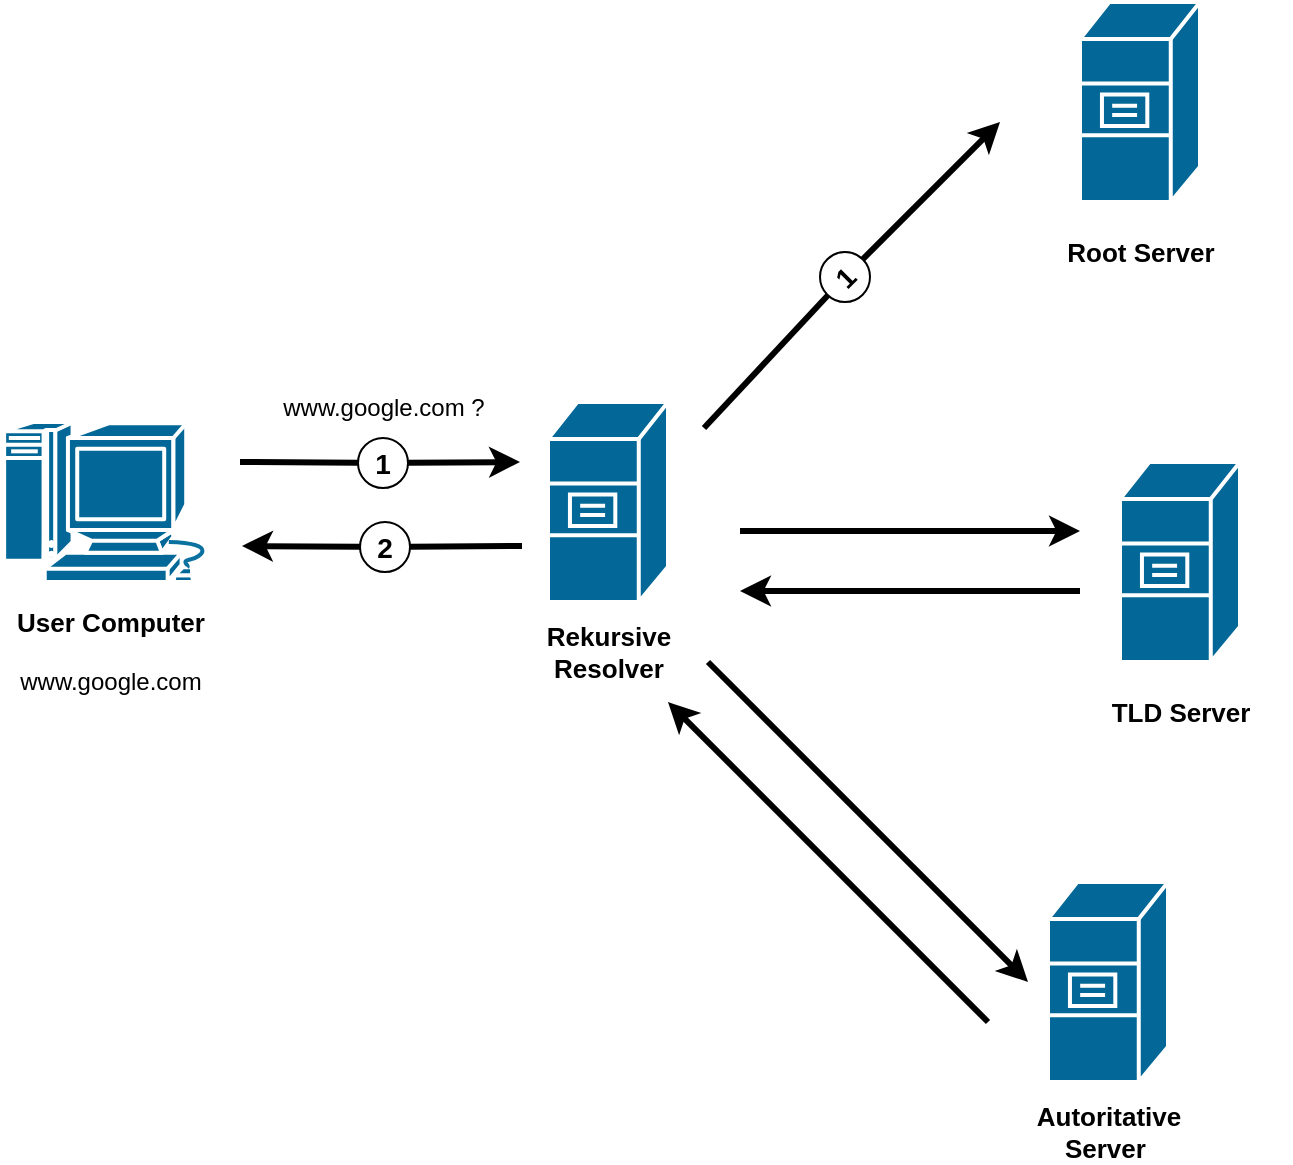
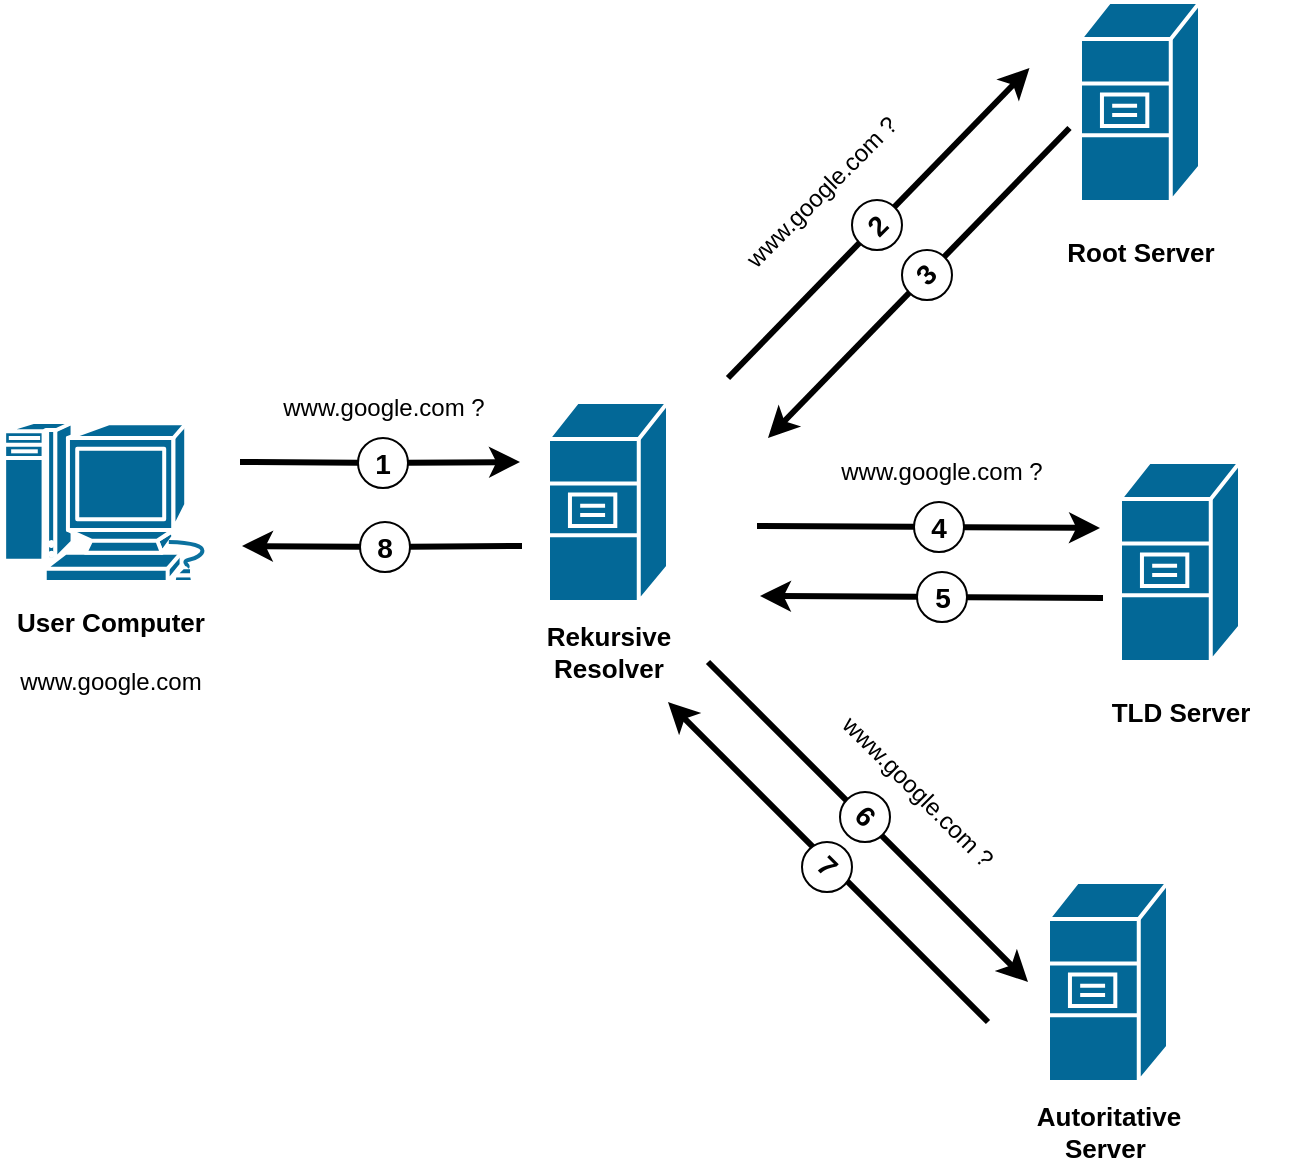
<mxfile host="app.diagrams.net">
  <diagram name="Seite-1" id="MIxLioLs22-T0WrDI3D8">
    <mxGraphModel dx="803" dy="514" grid="1" gridSize="10" guides="1" tooltips="1" connect="1" arrows="1" fold="1" page="1" pageScale="1" pageWidth="827" pageHeight="1169" math="0" shadow="0">
      <root>
        <mxCell id="0" />
        <mxCell id="1" parent="0" />
        <mxCell id="Kp2z6UUhsxGEWxrTFEi2-1" parent="1" style="sketch=0;html=1;pointerEvents=1;dashed=0;fillColor=#036897;strokeColor=#ffffff;strokeWidth=2;verticalLabelPosition=bottom;verticalAlign=top;align=center;outlineConnect=0;shape=mxgraph.cisco.computers_and_peripherals.macintosh;" value="" vertex="1">
          <mxGeometry height="80" width="109" x="41.5" y="400" as="geometry" />
        </mxCell>
        <mxCell id="Kp2z6UUhsxGEWxrTFEi2-2" parent="1" style="strokeColor=#ffffff;sketch=0;html=1;pointerEvents=1;dashed=0;fillColor=#036897;strokeWidth=2;verticalLabelPosition=bottom;verticalAlign=top;align=center;outlineConnect=0;shape=mxgraph.cisco.servers.file_server;" value="" vertex="1">
          <mxGeometry height="100" width="60" x="314" y="390" as="geometry" />
        </mxCell>
        <mxCell id="Kp2z6UUhsxGEWxrTFEi2-3" parent="1" style="strokeColor=#ffffff;sketch=0;html=1;pointerEvents=1;dashed=0;fillColor=#036897;strokeWidth=2;verticalLabelPosition=bottom;verticalAlign=top;align=center;outlineConnect=0;shape=mxgraph.cisco.servers.file_server;" value="" vertex="1">
          <mxGeometry height="100" width="60" x="580" y="190" as="geometry" />
        </mxCell>
        <mxCell id="Kp2z6UUhsxGEWxrTFEi2-4" parent="1" style="strokeColor=#ffffff;sketch=0;html=1;pointerEvents=1;dashed=0;fillColor=#036897;strokeWidth=2;verticalLabelPosition=bottom;verticalAlign=top;align=center;outlineConnect=0;shape=mxgraph.cisco.servers.file_server;" value="" vertex="1">
          <mxGeometry height="100" width="60" x="600" y="420" as="geometry" />
        </mxCell>
        <mxCell id="Kp2z6UUhsxGEWxrTFEi2-5" parent="1" style="strokeColor=#ffffff;sketch=0;html=1;pointerEvents=1;dashed=0;fillColor=#036897;strokeWidth=2;verticalLabelPosition=bottom;verticalAlign=top;align=center;outlineConnect=0;shape=mxgraph.cisco.servers.file_server;" value="" vertex="1">
          <mxGeometry height="100" width="60" x="564" y="630" as="geometry" />
-         </mxCell>
-         <mxCell id="Kp2z6UUhsxGEWxrTFEi2-10" edge="1" parent="1" style="endArrow=classic;html=1;rounded=0;strokeWidth=3;" value="">
-           <mxGeometry height="50" relative="1" width="50" as="geometry">
-             <mxPoint x="410" y="454.5" as="sourcePoint" />
-             <mxPoint x="580" y="454.5" as="targetPoint" />
-           </mxGeometry>
-         </mxCell>
-         <mxCell id="Kp2z6UUhsxGEWxrTFEi2-11" edge="1" parent="1" style="endArrow=none;html=1;rounded=0;strokeWidth=3;startArrow=classic;startFill=1;endFill=0;" value="">
-           <mxGeometry height="50" relative="1" width="50" as="geometry">
-             <mxPoint x="410" y="484.5" as="sourcePoint" />
-             <mxPoint x="580" y="484.5" as="targetPoint" />
-           </mxGeometry>
        </mxCell>
        <mxCell id="Kp2z6UUhsxGEWxrTFEi2-13" edge="1" parent="1" style="endArrow=classic;html=1;rounded=0;strokeWidth=3;" value="">
          <mxGeometry height="50" relative="1" width="50" as="geometry">
            <mxPoint x="394" y="520" as="sourcePoint" />
            <mxPoint x="554" y="680" as="targetPoint" />
          </mxGeometry>
        </mxCell>
        <mxCell id="Kp2z6UUhsxGEWxrTFEi2-14" edge="1" parent="1" style="endArrow=none;html=1;rounded=0;strokeWidth=3;startArrow=classic;startFill=1;endFill=0;" value="">
          <mxGeometry height="50" relative="1" width="50" as="geometry">
            <mxPoint x="374" y="540" as="sourcePoint" />
            <mxPoint x="534" y="700" as="targetPoint" />
          </mxGeometry>
        </mxCell>
        <mxCell id="Kp2z6UUhsxGEWxrTFEi2-15" parent="1" style="text;html=1;whiteSpace=wrap;strokeColor=none;fillColor=none;align=center;verticalAlign=middle;rounded=0;" value="&lt;b&gt;&lt;font style=&quot;font-size: 13px;&quot;&gt;User Computer&lt;/font&gt;&lt;/b&gt;&lt;div&gt;&lt;br&gt;&lt;/div&gt;&lt;div&gt;www.google.com&lt;/div&gt;" vertex="1">
          <mxGeometry height="30" width="110.5" x="40" y="500" as="geometry" />
        </mxCell>
        <mxCell id="Kp2z6UUhsxGEWxrTFEi2-17" parent="1" style="text;html=1;whiteSpace=wrap;strokeColor=none;fillColor=none;align=center;verticalAlign=middle;rounded=0;" value="&lt;span style=&quot;font-size: 13px;&quot;&gt;&lt;b&gt;Rekursive Resolver&lt;/b&gt;&lt;/span&gt;" vertex="1">
          <mxGeometry height="30" width="110.5" x="288.75" y="500" as="geometry" />
        </mxCell>
        <mxCell id="Kp2z6UUhsxGEWxrTFEi2-18" parent="1" style="text;html=1;whiteSpace=wrap;strokeColor=none;fillColor=none;align=center;verticalAlign=middle;rounded=0;" value="&lt;span style=&quot;font-size: 13px;&quot;&gt;&lt;b&gt;Root Server&lt;/b&gt;&lt;/span&gt;" vertex="1">
          <mxGeometry height="30" width="110.5" x="554.75" y="300" as="geometry" />
        </mxCell>
        <mxCell id="Kp2z6UUhsxGEWxrTFEi2-19" parent="1" style="text;html=1;whiteSpace=wrap;strokeColor=none;fillColor=none;align=center;verticalAlign=middle;rounded=0;" value="&lt;span style=&quot;font-size: 13px;&quot;&gt;&lt;b&gt;TLD Server&lt;/b&gt;&lt;/span&gt;" vertex="1">
          <mxGeometry height="30" width="110.5" x="574.75" y="530" as="geometry" />
        </mxCell>
        <mxCell id="Kp2z6UUhsxGEWxrTFEi2-20" parent="1" style="text;html=1;whiteSpace=wrap;strokeColor=none;fillColor=none;align=center;verticalAlign=middle;rounded=0;" value="&lt;span style=&quot;font-size: 13px;&quot;&gt;&lt;b&gt;Autoritative Server&amp;nbsp;&lt;/b&gt;&lt;/span&gt;" vertex="1">
          <mxGeometry height="30" width="110.5" x="538.75" y="740" as="geometry" />
        </mxCell>
        <mxCell id="Kp2z6UUhsxGEWxrTFEi2-22" parent="1" style="text;html=1;whiteSpace=wrap;strokeColor=none;fillColor=none;align=center;verticalAlign=middle;rounded=0;" value="www.google.com ?" vertex="1">
          <mxGeometry height="30" width="130" x="166.5" y="378" as="geometry" />
        </mxCell>
        <mxCell id="Kp2z6UUhsxGEWxrTFEi2-52" connectable="0" parent="1" style="group" value="" vertex="1">
          <mxGeometry height="25" width="25" x="219" y="408" as="geometry" />
        </mxCell>
        <mxCell id="Kp2z6UUhsxGEWxrTFEi2-6" edge="1" parent="Kp2z6UUhsxGEWxrTFEi2-52" source="Kp2z6UUhsxGEWxrTFEi2-40" style="endArrow=classic;html=1;rounded=0;strokeWidth=3;" value="">
          <mxGeometry height="50" relative="1" width="50" as="geometry">
            <mxPoint x="-59" y="12" as="sourcePoint" />
            <mxPoint x="81" y="12" as="targetPoint" />
          </mxGeometry>
        </mxCell>
        <mxCell id="Kp2z6UUhsxGEWxrTFEi2-41" edge="1" parent="Kp2z6UUhsxGEWxrTFEi2-52" style="endArrow=none;html=1;rounded=0;strokeWidth=3;endFill=0;" target="Kp2z6UUhsxGEWxrTFEi2-40" value="">
          <mxGeometry height="50" relative="1" width="50" as="geometry">
            <mxPoint x="-59" y="12" as="sourcePoint" />
            <mxPoint x="81" y="12" as="targetPoint" />
          </mxGeometry>
        </mxCell>
        <mxCell id="Kp2z6UUhsxGEWxrTFEi2-40" parent="Kp2z6UUhsxGEWxrTFEi2-52" style="ellipse;whiteSpace=wrap;html=1;aspect=fixed;fillColor=none;fontSize=14;" value="&lt;font&gt;&lt;b&gt;1&lt;/b&gt;&lt;/font&gt;" vertex="1">
          <mxGeometry height="25" width="25" as="geometry" />
        </mxCell>
        <mxCell id="Kp2z6UUhsxGEWxrTFEi2-53" connectable="0" parent="1" style="group" value="" vertex="1">
          <mxGeometry height="25" width="25" x="220" y="450" as="geometry" />
        </mxCell>
        <mxCell id="Kp2z6UUhsxGEWxrTFEi2-54" edge="1" parent="Kp2z6UUhsxGEWxrTFEi2-53" source="Kp2z6UUhsxGEWxrTFEi2-56" style="endArrow=none;html=1;rounded=0;strokeWidth=3;endFill=0;" value="">
          <mxGeometry height="50" relative="1" width="50" as="geometry">
            <mxPoint x="-59" y="12" as="sourcePoint" />
            <mxPoint x="81" y="12" as="targetPoint" />
          </mxGeometry>
        </mxCell>
        <mxCell id="Kp2z6UUhsxGEWxrTFEi2-55" edge="1" parent="Kp2z6UUhsxGEWxrTFEi2-53" style="endArrow=none;html=1;rounded=0;strokeWidth=3;endFill=0;startArrow=classic;startFill=1;" target="Kp2z6UUhsxGEWxrTFEi2-56" value="">
          <mxGeometry height="50" relative="1" width="50" as="geometry">
            <mxPoint x="-59" y="12" as="sourcePoint" />
            <mxPoint x="81" y="12" as="targetPoint" />
          </mxGeometry>
        </mxCell>
-         <mxCell id="Kp2z6UUhsxGEWxrTFEi2-56" parent="Kp2z6UUhsxGEWxrTFEi2-53" style="ellipse;whiteSpace=wrap;html=1;aspect=fixed;fillColor=none;fontSize=14;" value="&lt;b&gt;2&lt;/b&gt;" vertex="1">
+         <mxCell id="Kp2z6UUhsxGEWxrTFEi2-56" parent="Kp2z6UUhsxGEWxrTFEi2-53" style="ellipse;whiteSpace=wrap;html=1;aspect=fixed;fillColor=none;fontSize=14;" value="&lt;b&gt;8&lt;/b&gt;" vertex="1">
          <mxGeometry height="25" width="25" as="geometry" />
        </mxCell>
-         <mxCell id="Kp2z6UUhsxGEWxrTFEi2-57" connectable="0" parent="1" style="group;rotation=-45;" value="" vertex="1">
-           <mxGeometry height="25" width="25" x="430" y="340" as="geometry" />
-         </mxCell>
-         <mxCell id="Kp2z6UUhsxGEWxrTFEi2-58" edge="1" parent="Kp2z6UUhsxGEWxrTFEi2-57" source="Kp2z6UUhsxGEWxrTFEi2-60" style="endArrow=classic;html=1;rounded=0;strokeWidth=3;" value="">
+         <mxCell id="Kp2z6UUhsxGEWxrTFEi2-77" edge="1" parent="1" source="Kp2z6UUhsxGEWxrTFEi2-79" style="endArrow=classic;html=1;rounded=0;strokeWidth=3;" value="">
          <mxGeometry height="50" relative="1" width="50" as="geometry">
-             <mxPoint x="-38" y="63" as="sourcePoint" />
-             <mxPoint x="110" y="-90" as="targetPoint" />
+             <mxPoint x="418.5" y="452" as="sourcePoint" />
+             <mxPoint x="590" y="453" as="targetPoint" />
          </mxGeometry>
        </mxCell>
-         <mxCell id="Kp2z6UUhsxGEWxrTFEi2-59" edge="1" parent="Kp2z6UUhsxGEWxrTFEi2-57" style="endArrow=none;html=1;rounded=0;strokeWidth=3;endFill=0;" target="Kp2z6UUhsxGEWxrTFEi2-60" value="">
+         <mxCell id="Kp2z6UUhsxGEWxrTFEi2-78" edge="1" parent="1" style="endArrow=none;html=1;rounded=0;strokeWidth=3;endFill=0;" target="Kp2z6UUhsxGEWxrTFEi2-79" value="">
          <mxGeometry height="50" relative="1" width="50" as="geometry">
-             <mxPoint x="-38" y="63" as="sourcePoint" />
-             <mxPoint x="61" y="-36" as="targetPoint" />
+             <mxPoint x="418.5" y="452" as="sourcePoint" />
+             <mxPoint x="558.5" y="452" as="targetPoint" />
          </mxGeometry>
        </mxCell>
-         <mxCell id="Kp2z6UUhsxGEWxrTFEi2-60" parent="1" style="ellipse;whiteSpace=wrap;html=1;aspect=fixed;fillColor=none;fontSize=14;rotation=-45;" value="&lt;font&gt;&lt;b&gt;1&lt;/b&gt;&lt;/font&gt;" vertex="1">
-           <mxGeometry height="25" width="25" x="450" y="315" as="geometry" />
+         <mxCell id="Kp2z6UUhsxGEWxrTFEi2-79" parent="1" style="ellipse;whiteSpace=wrap;html=1;aspect=fixed;fillColor=none;fontSize=14;" value="&lt;font&gt;&lt;b&gt;4&lt;/b&gt;&lt;/font&gt;" vertex="1">
+           <mxGeometry height="25" width="25" x="497" y="440" as="geometry" />
+         </mxCell>
+         <mxCell id="Kp2z6UUhsxGEWxrTFEi2-81" edge="1" parent="1" style="endArrow=classic;html=1;rounded=0;strokeWidth=3;" value="">
+           <mxGeometry height="50" relative="1" width="50" as="geometry">
+             <mxPoint x="404" y="378" as="sourcePoint" />
+             <mxPoint x="554.75" y="223" as="targetPoint" />
+           </mxGeometry>
+         </mxCell>
+         <mxCell id="Kp2z6UUhsxGEWxrTFEi2-82" parent="1" style="ellipse;whiteSpace=wrap;html=1;aspect=fixed;fillColor=default;fontSize=14;rotation=-45;" value="&lt;font&gt;&lt;b&gt;2&lt;/b&gt;&lt;/font&gt;" vertex="1">
+           <mxGeometry height="25" width="25" x="466" y="289" as="geometry" />
+         </mxCell>
+         <mxCell id="Kp2z6UUhsxGEWxrTFEi2-86" edge="1" parent="1" source="Kp2z6UUhsxGEWxrTFEi2-88" style="endArrow=none;html=1;rounded=0;strokeWidth=3;endFill=0;" value="">
+           <mxGeometry height="50" relative="1" width="50" as="geometry">
+             <mxPoint x="420" y="487" as="sourcePoint" />
+             <mxPoint x="591.5" y="488" as="targetPoint" />
+           </mxGeometry>
+         </mxCell>
+         <mxCell id="Kp2z6UUhsxGEWxrTFEi2-87" edge="1" parent="1" style="endArrow=none;html=1;rounded=0;strokeWidth=3;endFill=0;startArrow=classic;startFill=1;" target="Kp2z6UUhsxGEWxrTFEi2-88" value="">
+           <mxGeometry height="50" relative="1" width="50" as="geometry">
+             <mxPoint x="420" y="487" as="sourcePoint" />
+             <mxPoint x="560" y="487" as="targetPoint" />
+           </mxGeometry>
+         </mxCell>
+         <mxCell id="Kp2z6UUhsxGEWxrTFEi2-88" parent="1" style="ellipse;whiteSpace=wrap;html=1;aspect=fixed;fillColor=none;fontSize=14;" value="&lt;font&gt;&lt;b&gt;5&lt;/b&gt;&lt;/font&gt;" vertex="1">
+           <mxGeometry height="25" width="25" x="498.5" y="475" as="geometry" />
+         </mxCell>
+         <mxCell id="Kp2z6UUhsxGEWxrTFEi2-89" edge="1" parent="1" style="endArrow=none;html=1;rounded=0;strokeWidth=3;endFill=0;startArrow=classic;startFill=1;" value="">
+           <mxGeometry height="50" relative="1" width="50" as="geometry">
+             <mxPoint x="424" y="408" as="sourcePoint" />
+             <mxPoint x="574.75" y="253" as="targetPoint" />
+           </mxGeometry>
+         </mxCell>
+         <mxCell id="Kp2z6UUhsxGEWxrTFEi2-90" parent="1" style="ellipse;whiteSpace=wrap;html=1;aspect=fixed;fillColor=default;fontSize=14;rotation=-45;" value="&lt;font&gt;&lt;b&gt;3&lt;/b&gt;&lt;/font&gt;" vertex="1">
+           <mxGeometry height="25" width="25" x="490.9976695296637" y="313.9976695296637" as="geometry" />
+         </mxCell>
+         <mxCell id="Kp2z6UUhsxGEWxrTFEi2-91" parent="1" style="ellipse;whiteSpace=wrap;html=1;aspect=fixed;fillColor=default;fontSize=14;rotation=45;" value="&lt;font&gt;&lt;b&gt;6&lt;/b&gt;&lt;/font&gt;" vertex="1">
+           <mxGeometry height="25" width="25" x="459.99766952966365" y="584.9976695296638" as="geometry" />
+         </mxCell>
+         <mxCell id="Kp2z6UUhsxGEWxrTFEi2-93" parent="1" style="ellipse;whiteSpace=wrap;html=1;aspect=fixed;fillColor=default;fontSize=14;rotation=45;" value="&lt;font&gt;&lt;b&gt;7&lt;/b&gt;&lt;/font&gt;" vertex="1">
+           <mxGeometry height="25" width="25" x="440.9976695296637" y="609.9976695296638" as="geometry" />
+         </mxCell>
+         <mxCell id="Kp2z6UUhsxGEWxrTFEi2-94" parent="1" style="text;html=1;whiteSpace=wrap;strokeColor=none;fillColor=none;align=center;verticalAlign=middle;rounded=0;rotation=-45;" value="www.google.com ?" vertex="1">
+           <mxGeometry height="30" width="130" x="386" y="270" as="geometry" />
+         </mxCell>
+         <mxCell id="Kp2z6UUhsxGEWxrTFEi2-95" parent="1" style="text;html=1;whiteSpace=wrap;strokeColor=none;fillColor=none;align=center;verticalAlign=middle;rounded=0;" value="www.google.com ?" vertex="1">
+           <mxGeometry height="30" width="130" x="446" y="410" as="geometry" />
+         </mxCell>
+         <mxCell id="Kp2z6UUhsxGEWxrTFEi2-96" parent="1" style="text;html=1;whiteSpace=wrap;strokeColor=none;fillColor=none;align=center;verticalAlign=middle;rounded=0;rotation=45;" value="www.google.com ?" vertex="1">
+           <mxGeometry height="30" width="130" x="434" y="570" as="geometry" />
        </mxCell>
      </root>
    </mxGraphModel>
  </diagram>
</mxfile>
